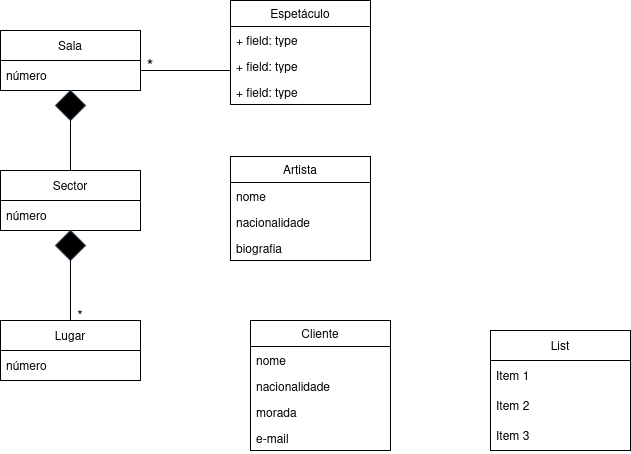
The draw.io diagram UML1.drawio.png in leorsd/ESOF_UML, before a commit. Source tidied: cells renumbered, new cells last; positions are measured from the earlier drawing's top-left corner, leaving out a move shared by most shapes.
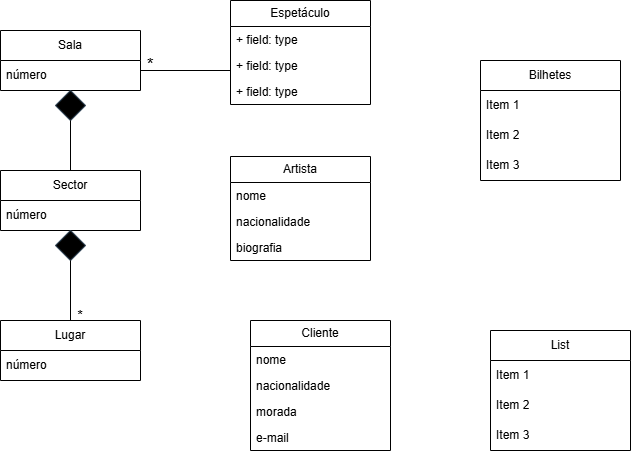
After the change.

Change to the diagram source:
```diff
@@ -99,5 +99,17 @@
     <mxCell id="31" value="Item 3" style="text;strokeColor=none;fillColor=none;align=left;verticalAlign=middle;spacingLeft=4;spacingRight=4;overflow=hidden;whiteSpace=wrap;html=1;" parent="28" vertex="1">
       <mxGeometry y="90" width="140" height="30" as="geometry" />
     </mxCell>
+    <mxCell id="32" value="Bilhetes" style="swimlane;fontStyle=0;horizontal=1;startSize=30;whiteSpace=wrap;html=1;" parent="1" vertex="1">
+      <mxGeometry x="480" y="60" width="140" height="120" as="geometry" />
+    </mxCell>
+    <mxCell id="33" value="Item 1" style="text;strokeColor=none;fillColor=none;align=left;verticalAlign=middle;spacingLeft=4;spacingRight=4;overflow=hidden;whiteSpace=wrap;html=1;" parent="32" vertex="1">
+      <mxGeometry y="30" width="140" height="30" as="geometry" />
+    </mxCell>
+    <mxCell id="34" value="Item 2" style="text;strokeColor=none;fillColor=none;align=left;verticalAlign=middle;spacingLeft=4;spacingRight=4;overflow=hidden;whiteSpace=wrap;html=1;" parent="32" vertex="1">
+      <mxGeometry y="60" width="140" height="30" as="geometry" />
+    </mxCell>
+    <mxCell id="35" value="Item 3" style="text;strokeColor=none;fillColor=none;align=left;verticalAlign=middle;spacingLeft=4;spacingRight=4;overflow=hidden;whiteSpace=wrap;html=1;" parent="32" vertex="1">
+      <mxGeometry y="90" width="140" height="30" as="geometry" />
+    </mxCell>
   </root>
 </mxGraphModel>
```
